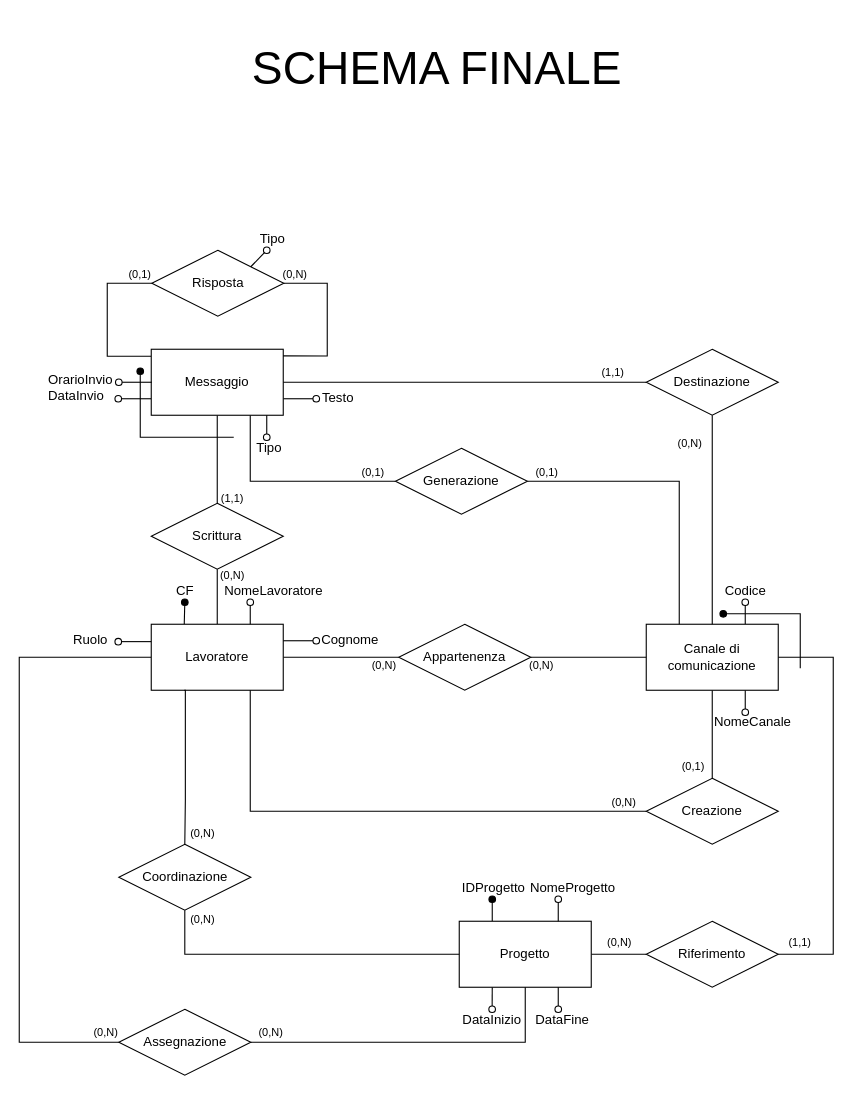
martafra/BD-Chat-Multicanale keeps this draw.io diagram as page "Schema Ristrutturato" (5 of 8) of Relazione/Schema ER/scheletro.drawio. Above is the earlier version. Source tidied: cells renumbered, new cells numbered last; positions are measured from the earlier drawing's top-left corner, leaving out a move shared by most shapes. Both pictures are drawn from the tidied source at 110%, with x=0, y=0 at pixel (19, 19).
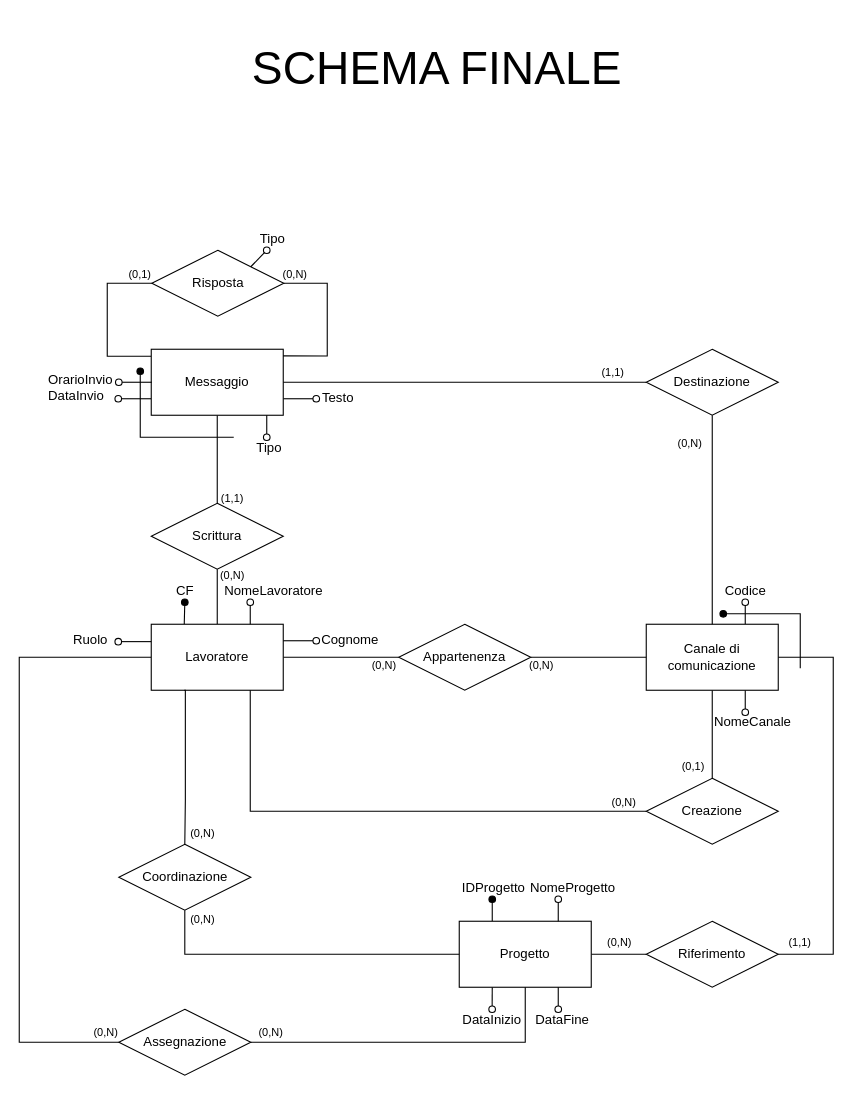
The same page after the edit.

Unchanged cells that the change refers to:
```xml
<mxCell id="8" value="Canale di comunicazione" style="rounded=0;whiteSpace=wrap;html=1;" parent="1" vertex="1">
  <mxGeometry x="570" y="550" width="120" height="60" as="geometry" />
</mxCell>
<mxCell id="14" value="Messaggio" style="rounded=0;whiteSpace=wrap;html=1;" parent="1" vertex="1">
  <mxGeometry x="120" y="300" width="120" height="60" as="geometry" />
</mxCell>
```

Diff of the diagram source:
```diff
@@
-    <mxCell id="13" style="edgeStyle=orthogonalEdgeStyle;rounded=0;jettySize=auto;html=1;exitX=0.75;exitY=1;exitDx=0;exitDy=0;entryX=0;entryY=0.5;entryDx=0;entryDy=0;endArrow=none;endFill=0;startArrow=none;startFill=0;" parent="1" edge="1" source="14" target="72">
-      <mxGeometry relative="1" as="geometry" />
-    </mxCell>
@@
-    <mxCell id="71" style="edgeStyle=orthogonalEdgeStyle;rounded=0;jettySize=auto;html=1;exitX=1;exitY=0.5;exitDx=0;exitDy=0;entryX=0.25;entryY=0;entryDx=0;entryDy=0;endArrow=none;endFill=0;" parent="1" edge="1" source="72" target="8">
-      <mxGeometry relative="1" as="geometry" />
-    </mxCell>
-    <mxCell id="72" value="Generazione" style="shape=rhombus;perimeter=rhombusPerimeter;whiteSpace=wrap;html=1;align=center;" parent="1" vertex="1">
-      <mxGeometry x="342" y="390" width="120" height="60" as="geometry" />
-    </mxCell>
@@
-    <mxCell id="75" value="(0,1)" style="text;html=1;strokeColor=none;fillColor=none;align=center;verticalAlign=middle;whiteSpace=wrap;rounded=0;fontSize=10;" parent="1" vertex="1">
-      <mxGeometry x="312" y="407" width="20" height="10" as="geometry" />
-    </mxCell>
-    <mxCell id="76" value="(0,1)" style="text;html=1;strokeColor=none;fillColor=none;align=center;verticalAlign=middle;whiteSpace=wrap;rounded=0;fontSize=10;" parent="1" vertex="1">
-      <mxGeometry x="470" y="407" width="20" height="10" as="geometry" />
-    </mxCell>
```
